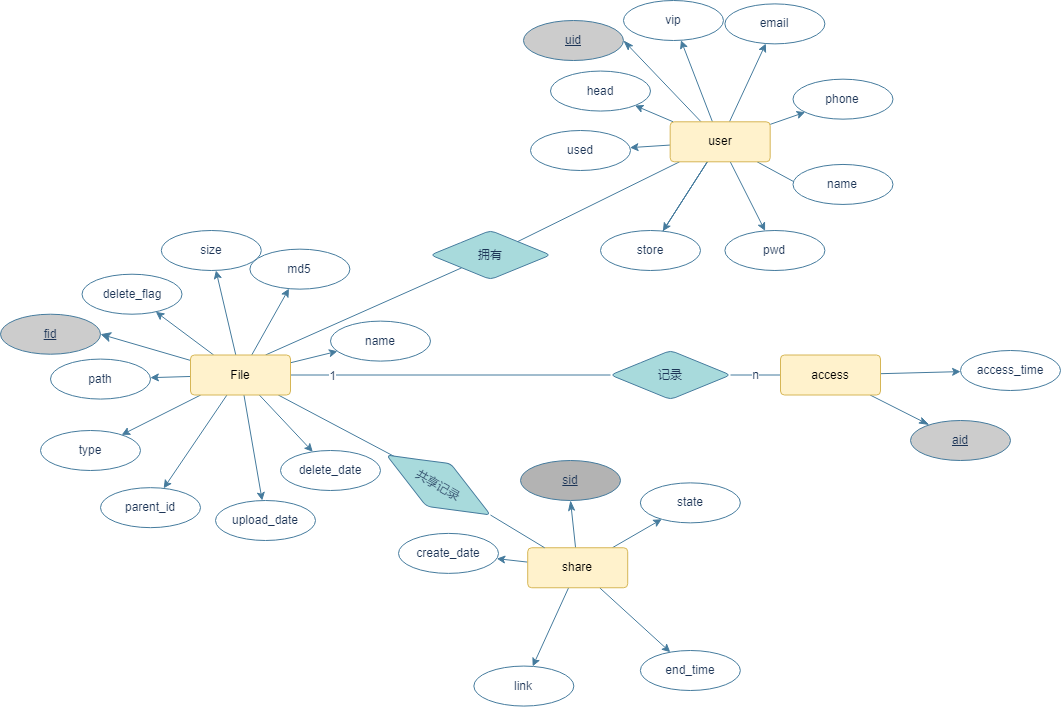
Above: CWZN/数据库E-R图.drawio.png in FEDuang/pictures (draw.io), before the change. Source tidied: cells renumbered, new cells last; positions are measured from the earlier drawing's top-left corner, leaving out a move shared by most shapes.
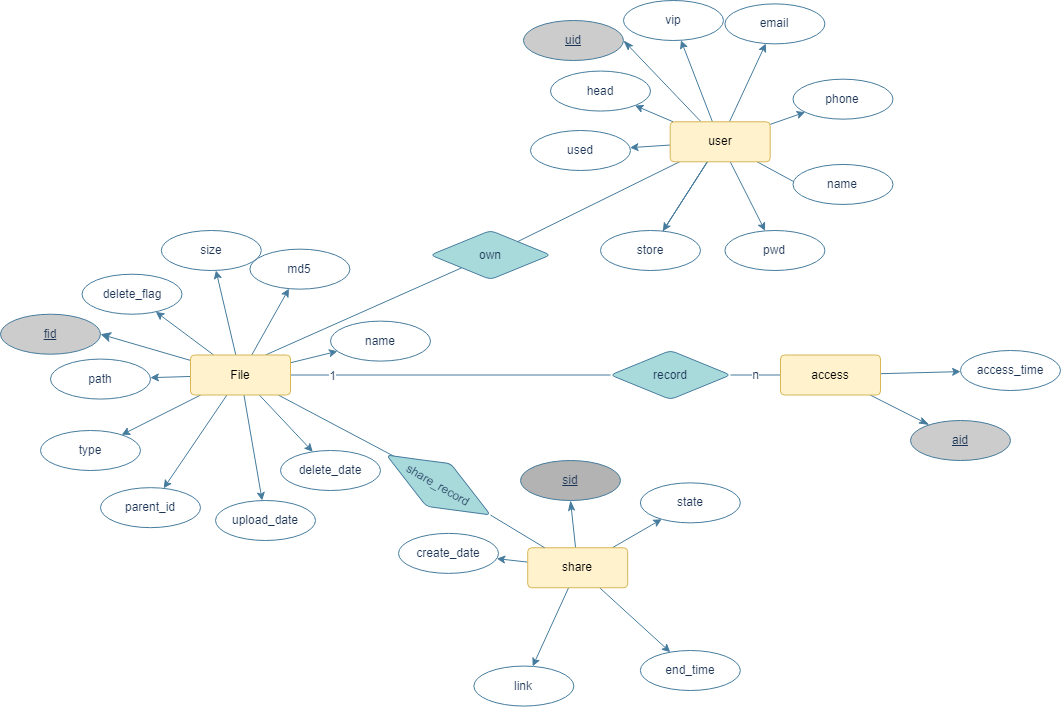
After the commit.

Commit message:
更新数据库E-R图.drawio.png

What changed in the source:
```diff
@@ -38,13 +38,13 @@
     <mxCell id="13" value="1" style="edgeLabel;html=1;align=center;verticalAlign=middle;fontColor=#1D3557;" parent="12" vertex="1">
       <mxGeometry x="0.75" y="1" relative="1" as="geometry" />
     </mxCell>
-    <mxCell id="14" value="记录" style="rhombus;whiteSpace=wrap;html=1;fillColor=#A8DADC;strokeColor=#457B9D;fontColor=#1D3557;rounded=1;arcSize=10;" parent="1" vertex="1">
+    <mxCell id="14" value="record" style="rhombus;whiteSpace=wrap;html=1;fillColor=#A8DADC;strokeColor=#457B9D;fontColor=#1D3557;rounded=1;arcSize=10;" parent="1" vertex="1">
       <mxGeometry x="610" y="350" width="120" height="49" as="geometry" />
     </mxCell>
     <mxCell id="15" style="edgeStyle=none;rounded=1;sketch=0;jettySize=auto;html=1;entryX=0.75;entryY=0;entryDx=0;entryDy=0;fontColor=#1D3557;endArrow=none;endFill=0;strokeColor=#457B9D;fillColor=#A8DADC;" parent="1" edge="1" source="16" target="41">
       <mxGeometry relative="1" as="geometry" />
     </mxCell>
-    <mxCell id="16" value="拥有" style="rhombus;whiteSpace=wrap;html=1;fillColor=#A8DADC;strokeColor=#457B9D;fontColor=#1D3557;rounded=1;arcSize=10;" parent="1" vertex="1">
+    <mxCell id="16" value="own" style="rhombus;whiteSpace=wrap;html=1;fillColor=#A8DADC;strokeColor=#457B9D;fontColor=#1D3557;rounded=1;arcSize=10;" parent="1" vertex="1">
       <mxGeometry x="430" y="230" width="120" height="49" as="geometry" />
     </mxCell>
     <mxCell id="17" style="edgeStyle=none;rounded=1;sketch=0;jettySize=auto;html=1;fontColor=#1D3557;endArrow=none;endFill=0;strokeColor=#457B9D;fillColor=#A8DADC;entryX=0.076;entryY=0.445;entryDx=0;entryDy=0;entryPerimeter=0;" parent="1" edge="1" source="41" target="19">
@@ -53,7 +53,7 @@
     <mxCell id="18" style="edgeStyle=none;rounded=1;sketch=0;jettySize=auto;html=1;fontColor=#1D3557;endArrow=none;endFill=0;strokeColor=#457B9D;fillColor=#A8DADC;exitX=1;exitY=0.5;exitDx=0;exitDy=0;" parent="1" edge="1" source="19" target="7">
       <mxGeometry relative="1" as="geometry" />
     </mxCell>
-    <mxCell id="19" value="共享记录" style="rhombus;whiteSpace=wrap;html=1;fillColor=#A8DADC;strokeColor=#457B9D;fontColor=#1D3557;rounded=1;arcSize=10;rotation=30;" parent="1" vertex="1">
+    <mxCell id="19" value="share_record" style="rhombus;whiteSpace=wrap;html=1;fillColor=#A8DADC;strokeColor=#457B9D;fontColor=#1D3557;rounded=1;arcSize=10;rotation=30;" parent="1" vertex="1">
       <mxGeometry x="378" y="460" width="120" height="49" as="geometry" />
     </mxCell>
     <mxCell id="20" value="&lt;u&gt;sid&lt;/u&gt;" style="ellipse;whiteSpace=wrap;html=1;align=center;rounded=0;sketch=0;fontColor=#1D3557;strokeColor=#457B9D;fillColor=#B3B3B3;" parent="1" vertex="1">
```
